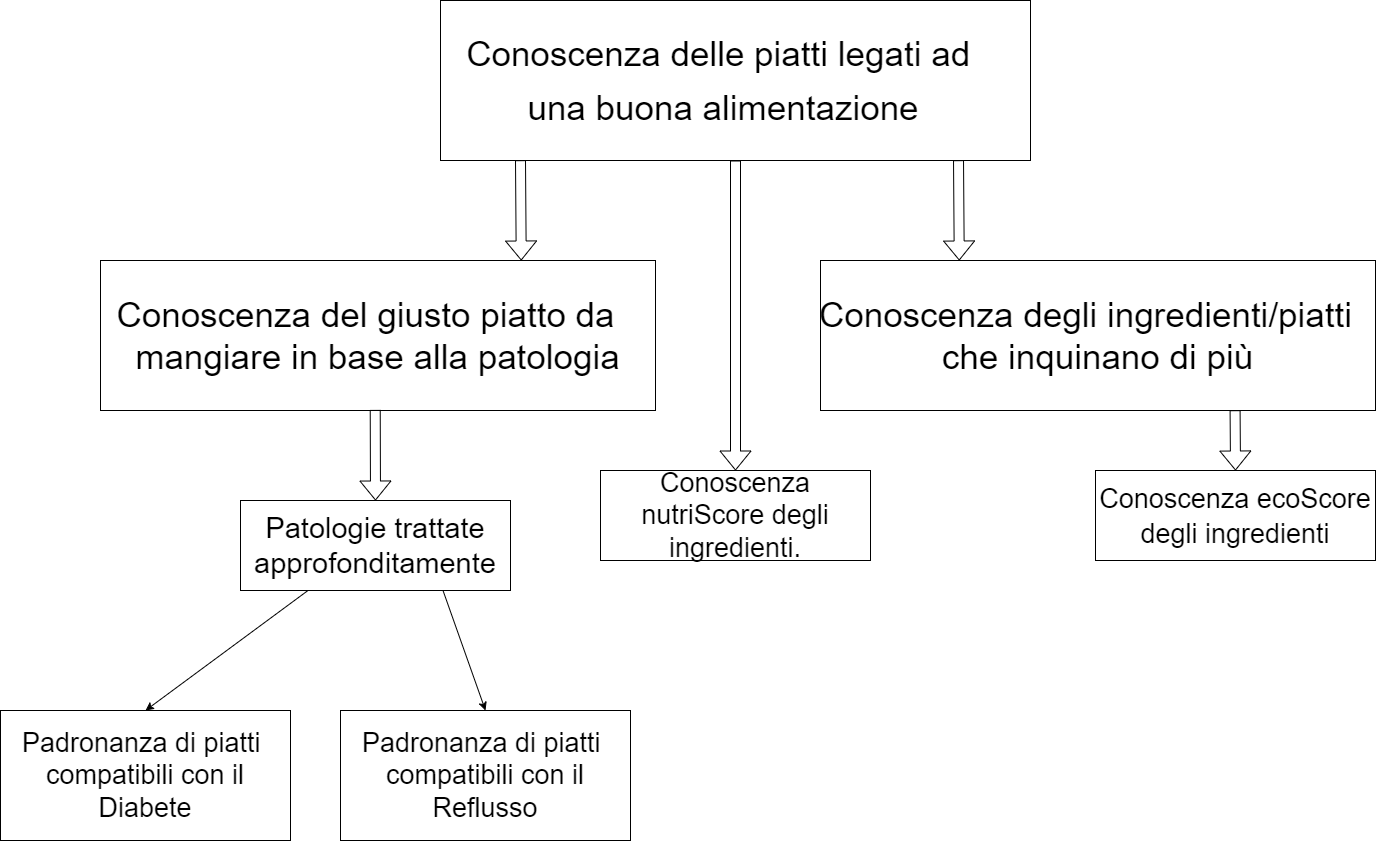
Earlier version of the draw.io export doc/Progetti Drawio/A diagramma competenze acquisite.drawio.png (zSavT/Healthy-Catering). Source tidied: cells renumbered, new cells last; positions are measured from the earlier drawing's top-left corner, leaving out a move shared by most shapes.
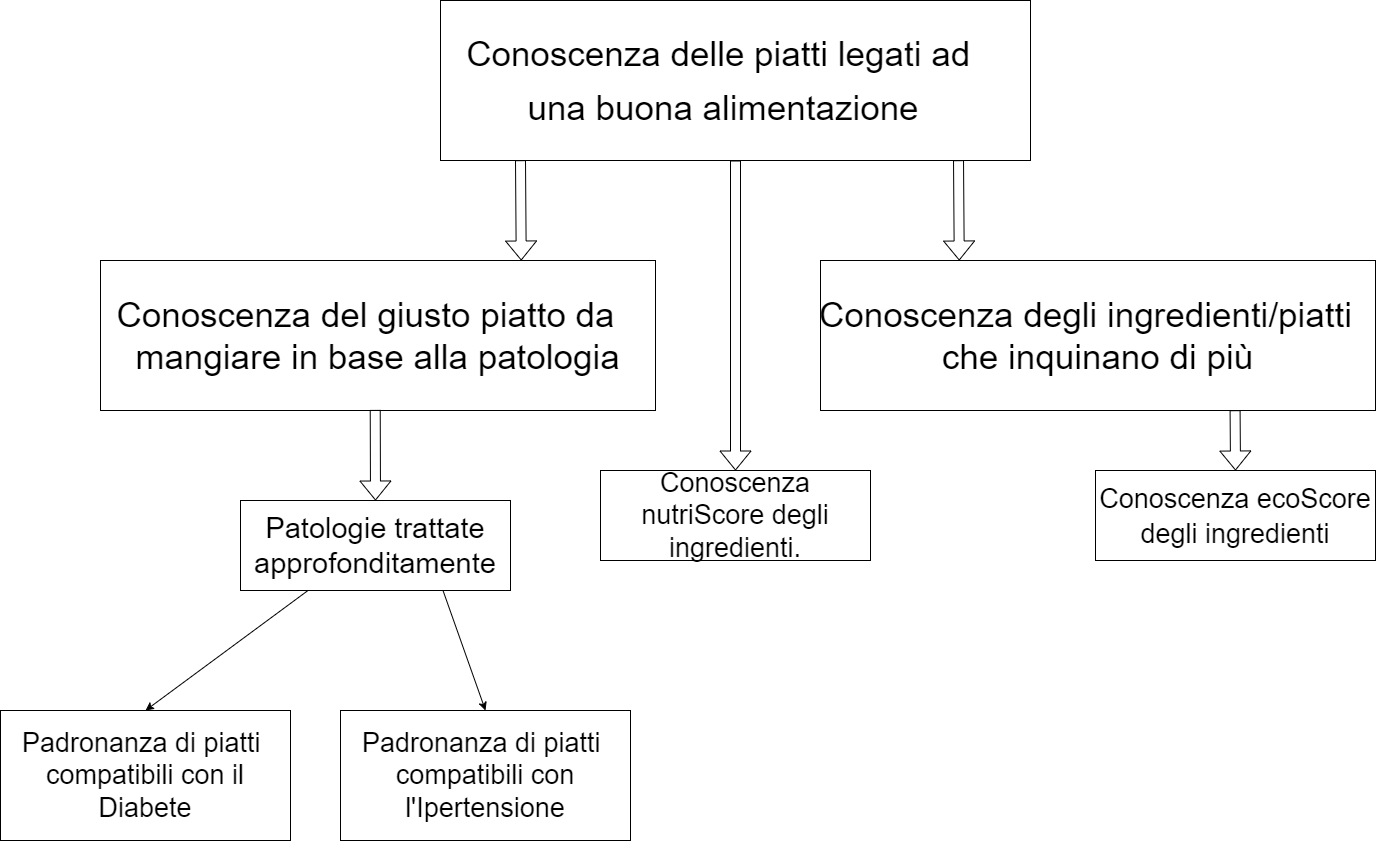
Later version of the same file.

Change to the diagram source:
```diff
@@ -17,7 +17,7 @@
     <mxCell id="6" value="&lt;font style=&quot;font-size: 27px;&quot;&gt;Padronanza di piatti&amp;nbsp; compatibili con il Diabete&lt;/font&gt;" style="rounded=0;whiteSpace=wrap;html=1;" parent="1" vertex="1">
       <mxGeometry y="710" width="290" height="130" as="geometry" />
     </mxCell>
-    <mxCell id="7" value="&lt;font style=&quot;font-size: 27px;&quot;&gt;Padronanza di piatti&amp;nbsp; compatibili con il Reflusso&lt;/font&gt;" style="rounded=0;whiteSpace=wrap;html=1;" parent="1" vertex="1">
+    <mxCell id="7" value="&lt;font style=&quot;font-size: 27px;&quot;&gt;Padronanza di piatti&amp;nbsp; compatibili con l'Ipertensione&lt;/font&gt;" style="rounded=0;whiteSpace=wrap;html=1;" parent="1" vertex="1">
       <mxGeometry x="340" y="710" width="290" height="130" as="geometry" />
     </mxCell>
     <mxCell id="8" value="Patologie trattate approfonditamente" style="rounded=0;whiteSpace=wrap;html=1;fontSize=29;" parent="1" vertex="1">
```
